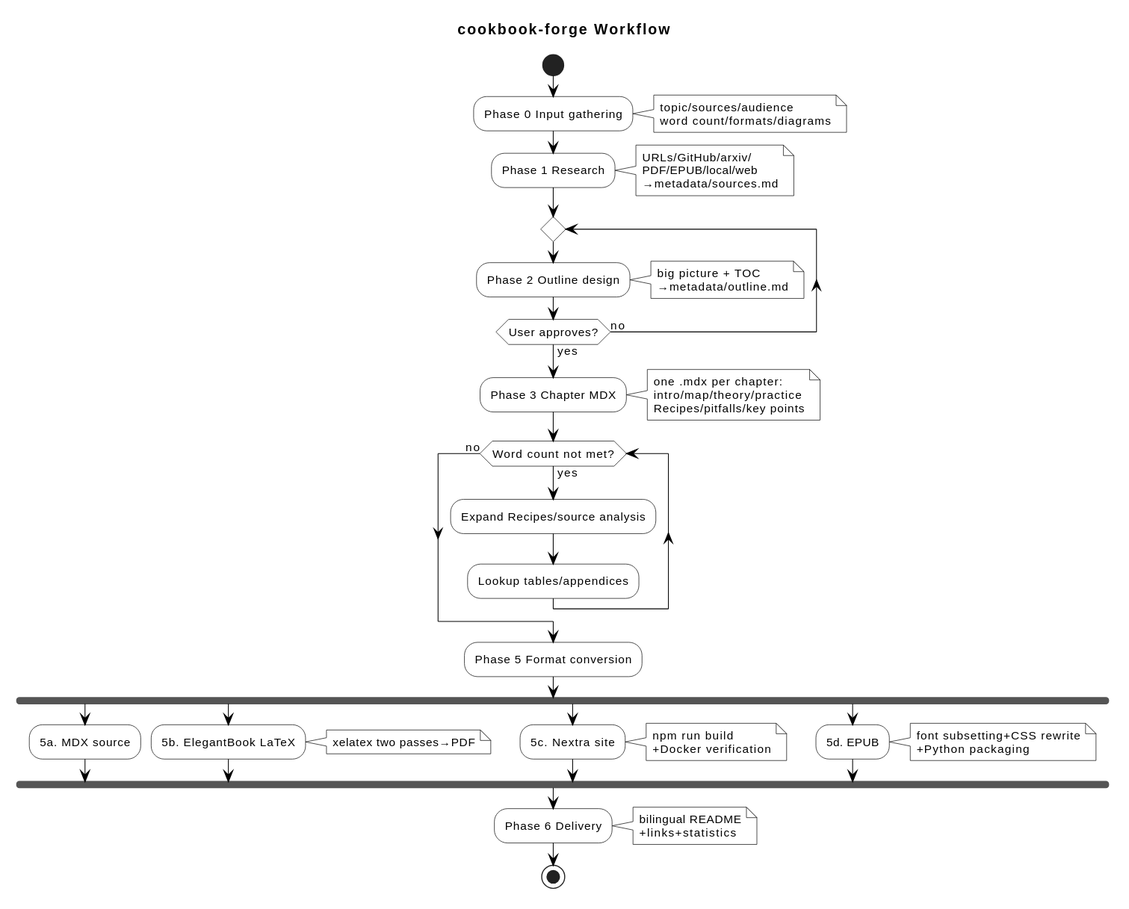
Above: assets/diagrams/workflow-en.svg in samonysh/cookbook-forge (PlantUML), before the change.
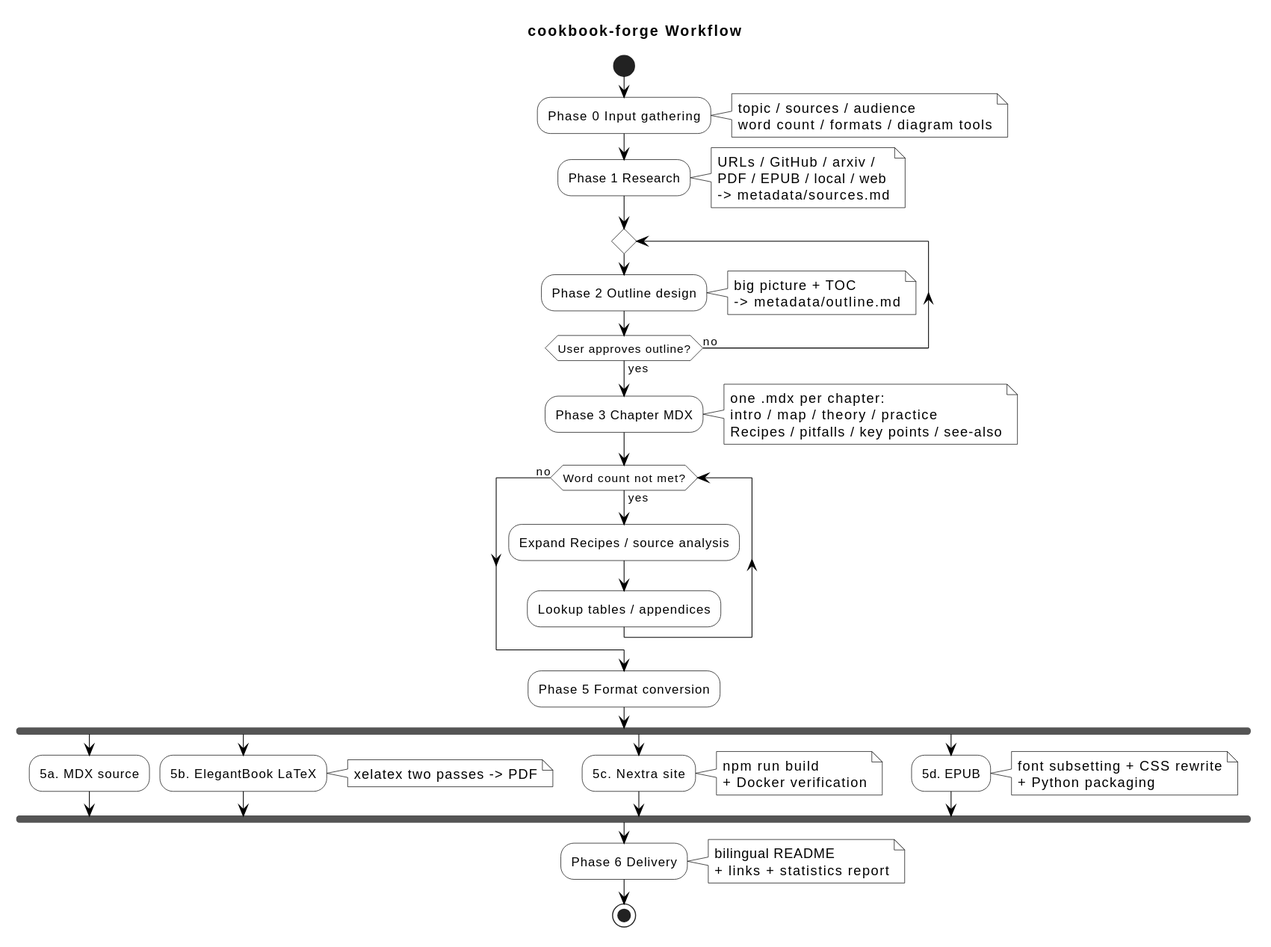
Above is the later version.

What changed in the source:
```diff
@@ -3,8 +3,6 @@
 skinparam shadowing false
 skinparam backgroundColor #FFFFFF
 skinparam defaultFontColor #000000
-skinparam defaultFontName Helvetica
-skinparam defaultFontSize 11
 skinparam NoteBackgroundColor #FFFFFF
 skinparam NoteBorderColor #000000
 skinparam ActivityBackgroundColor #FFFFFF
@@ -20,31 +18,31 @@
 start
 :Phase 0 Input gathering;
 note right
-  topic/sources/audience
-  word count/formats/diagrams
+  topic / sources / audience
+  word count / formats / diagram tools
 end note
 :Phase 1 Research;
 note right
-  URLs/GitHub/arxiv/
-  PDF/EPUB/local/web
-  →metadata/sources.md
+  URLs / GitHub / arxiv /
+  PDF / EPUB / local / web
+  -> metadata/sources.md
 end note
 repeat
   :Phase 2 Outline design;
   note right
     big picture + TOC
-    →metadata/outline.md
+    -> metadata/outline.md
   end note
-repeat while (User approves?) is (no) not (yes)
+repeat while (User approves outline?) is (no) not (yes)
 :Phase 3 Chapter MDX;
 note right
   one .mdx per chapter:
-  intro/map/theory/practice
-  Recipes/pitfalls/key points
+  intro / map / theory / practice
+  Recipes / pitfalls / key points / see-also
 end note
 while (Word count not met?) is (yes)
-  :Expand Recipes/source analysis;
-  :Lookup tables/appendices;
+  :Expand Recipes / source analysis;
+  :Lookup tables / appendices;
 endwhile (no)
 :Phase 5 Format conversion;
 fork
@@ -52,25 +50,25 @@
 fork again
   :5b. ElegantBook LaTeX;
   note right
-    xelatex two passes→PDF
+    xelatex two passes -> PDF
   end note
 fork again
   :5c. Nextra site;
   note right
     npm run build
-    +Docker verification
+    + Docker verification
   end note
 fork again
   :5d. EPUB;
   note right
-    font subsetting+CSS rewrite
-    +Python packaging
+    font subsetting + CSS rewrite
+    + Python packaging
   end note
 end fork
 :Phase 6 Delivery;
 note right
   bilingual README
-  +links+statistics
+  + links + statistics report
 end note
 stop
 @enduml
```
